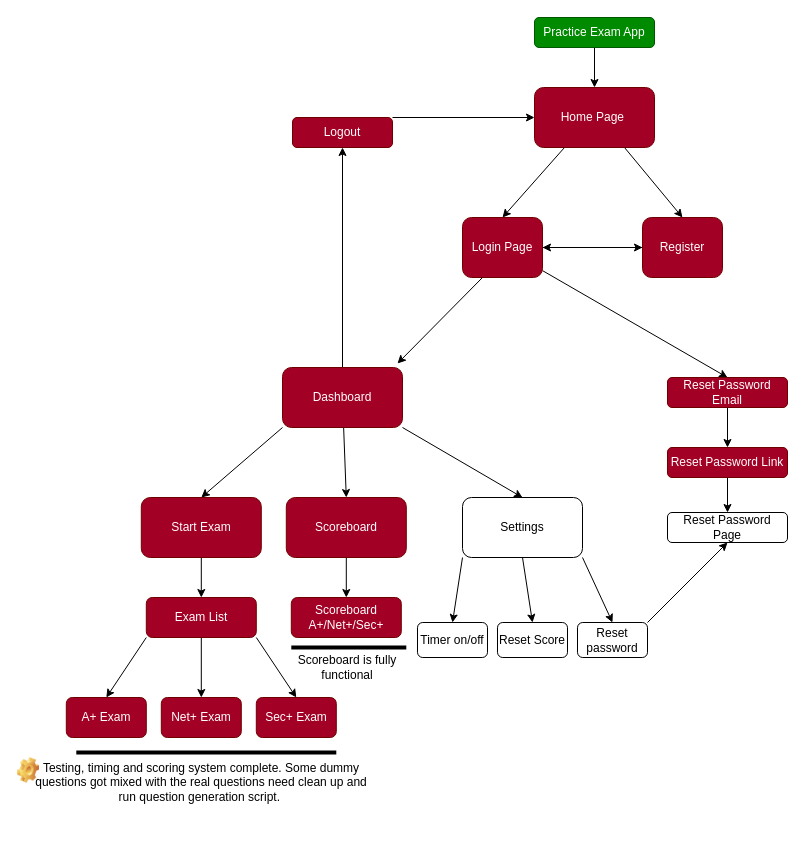
elbori77/Django-LMS-Project keeps this draw.io diagram as exams/flow.drawio. Above is the earlier version. Source tidied: cells renumbered, new cells numbered last; positions are measured from the earlier drawing's top-left corner, leaving out a move shared by most shapes. Both pictures are drawn from the tidied source at 100%, with x=0, y=0 at pixel (17, 17).
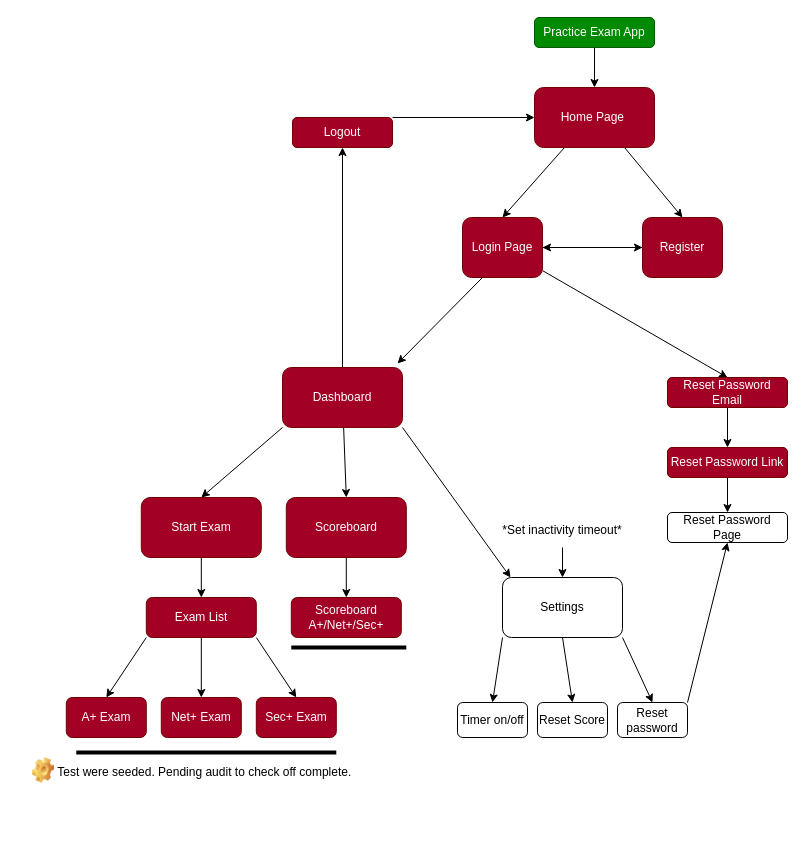
The same diagram, later.

The edit, as a diff of the source:
```diff
@@
-    <mxCell id="13" style="edgeStyle=none;html=1;entryX=0.5;entryY=0;entryDx=0;entryDy=0;" parent="1" edge="1" target="27">
+    <mxCell id="13" style="edgeStyle=none;html=1;entryX=0.067;entryY=0;entryDx=0;entryDy=0;entryPerimeter=0;" parent="1" edge="1" target="27">
       <mxGeometry relative="1" as="geometry">
         <mxPoint x="385" y="410" as="sourcePoint" />
       </mxGeometry>
     </mxCell>
@@
     <mxCell id="27" value="Settings" style="rounded=1;whiteSpace=wrap;html=1;" parent="1" vertex="1">
-      <mxGeometry x="445" y="480" width="120" height="60" as="geometry" />
+      <mxGeometry x="485" y="560" width="120" height="60" as="geometry" />
     </mxCell>
     <mxCell id="28" value="Timer on/off" style="rounded=1;whiteSpace=wrap;html=1;" parent="1" vertex="1">
-      <mxGeometry x="400" y="605" width="70" height="35" as="geometry" />
+      <mxGeometry x="440" y="685" width="70" height="35" as="geometry" />
     </mxCell>
@@
     <mxCell id="30" value="Reset Score" style="rounded=1;whiteSpace=wrap;html=1;" parent="1" vertex="1">
-      <mxGeometry x="480" y="605" width="70" height="35" as="geometry" />
+      <mxGeometry x="520" y="685" width="70" height="35" as="geometry" />
     </mxCell>
@@
-    <mxCell id="42" value="Testing, timing and scoring system complete. Some dummy questions got mixed with the real questions need clean up and run question generation script.&amp;nbsp;" style="text;align=center;verticalAlign=middle;rounded=0;html=1;whiteSpace=wrap;fontStyle=0;" parent="1" vertex="1">
-      <mxGeometry x="10" y="720" width="347.5" height="90" as="geometry" />
+    <mxCell id="42" value="Test were seeded. Pending audit to check off complete.&amp;nbsp;" style="text;align=center;verticalAlign=middle;rounded=0;html=1;whiteSpace=wrap;fontStyle=0;" parent="1" vertex="1">
+      <mxGeometry x="15" y="710" width="347.5" height="90" as="geometry" />
     </mxCell>
@@
-    <mxCell id="46" value="Scoreboard is fully functional" style="text;html=1;align=center;verticalAlign=middle;whiteSpace=wrap;rounded=0;" parent="1" vertex="1">
-      <mxGeometry x="271.2" y="635" width="117.5" height="30" as="geometry" />
-    </mxCell>
     <mxCell id="47" style="shape=image;html=1;verticalLabelPosition=bottom;verticalAlign=top;imageAspect=1;image=img/clipart/Gear_128x128.png;strokeWidth=1;fontSize=7;" parent="1" vertex="1">
-      <mxGeometry y="740" width="22" height="25.8" as="geometry" />
+      <mxGeometry x="15" y="740" width="22" height="25.8" as="geometry" />
     </mxCell>
@@
     <mxCell id="49" value="Reset password" style="rounded=1;whiteSpace=wrap;html=1;" parent="1" vertex="1">
-      <mxGeometry x="560" y="605" width="70" height="35" as="geometry" />
+      <mxGeometry x="600" y="685" width="70" height="35" as="geometry" />
     </mxCell>
+    <mxCell id="50" style="edgeStyle=none;html=1;exitX=0.5;exitY=1;exitDx=0;exitDy=0;entryX=0.5;entryY=0;entryDx=0;entryDy=0;" parent="1" edge="1" source="51" target="27">
+      <mxGeometry relative="1" as="geometry" />
+    </mxCell>
+    <mxCell id="51" value="*Set inactivity timeout*" style="text;html=1;align=center;verticalAlign=middle;whiteSpace=wrap;rounded=0;" parent="1" vertex="1">
+      <mxGeometry x="475" y="495" width="140" height="35" as="geometry" />
+    </mxCell>
```
